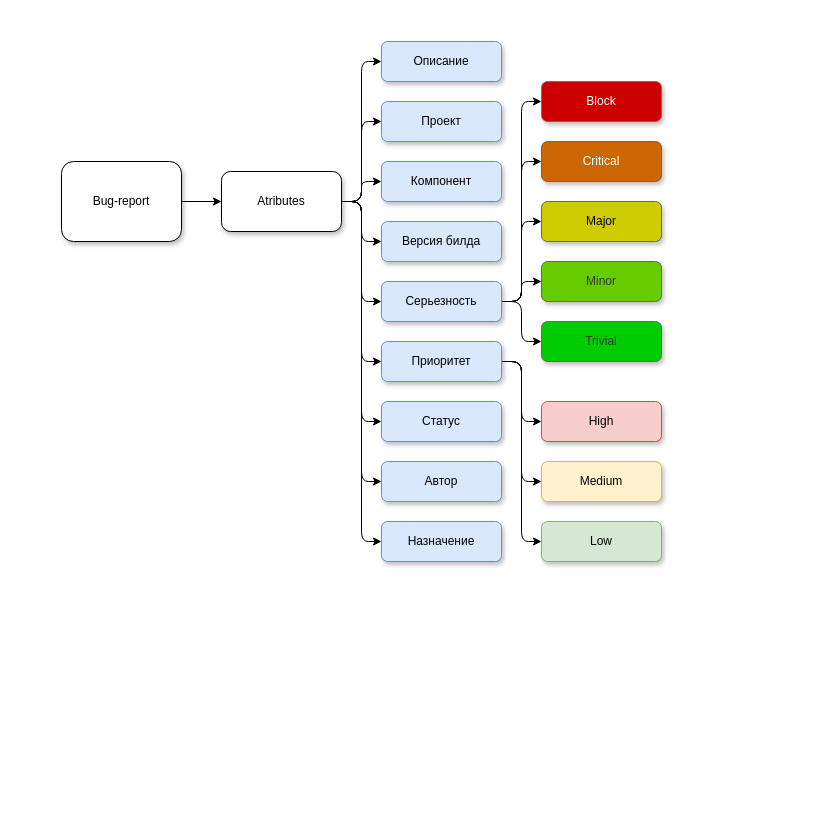
Before: Bug-report.drawio in dimaevan/Diagrams, a draw.io diagram. Source tidied: cells renumbered, new cells numbered last; positions are measured from the earlier drawing's top-left corner, leaving out a move shared by most shapes. Both pictures are drawn from the tidied source at 100%, with x=0, y=0 at pixel (61, 41).
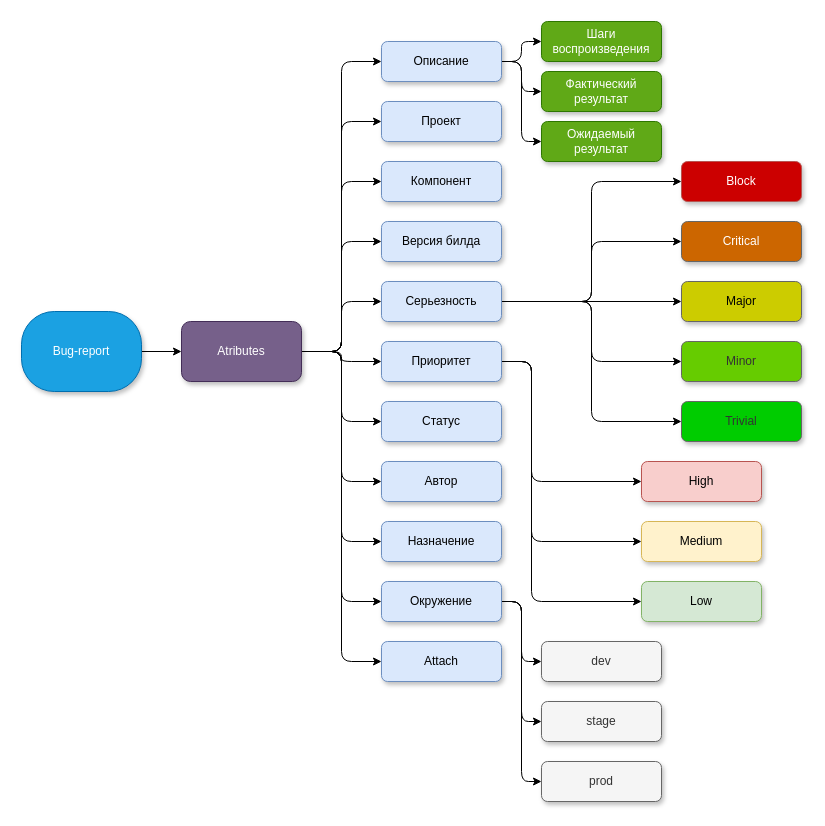
After the change.

The change refers to these unchanged cells:
```xml
<mxCell id="14" value="Описание" style="rounded=1;whiteSpace=wrap;html=1;fillColor=#dae8fc;strokeColor=#6c8ebf;shadow=1;" parent="1" vertex="1">
  <mxGeometry x="320" width="120" height="40" as="geometry" />
</mxCell>
<mxCell id="17" value="Версия билда" style="rounded=1;whiteSpace=wrap;html=1;fillColor=#dae8fc;strokeColor=#6c8ebf;shadow=1;" parent="1" vertex="1">
  <mxGeometry x="320" y="180" width="120" height="40" as="geometry" />
</mxCell>
<mxCell id="27" value="Приоритет" style="rounded=1;whiteSpace=wrap;html=1;fillColor=#dae8fc;strokeColor=#6c8ebf;shadow=1;" parent="1" vertex="1">
  <mxGeometry x="320" y="300" width="120" height="40" as="geometry" />
</mxCell>
```

The edit, as a diff of the source:
```diff
@@
-    <mxCell id="3" value="Bug-report" style="rounded=1;whiteSpace=wrap;html=1;shadow=1;" parent="1" vertex="1">
-      <mxGeometry y="120" width="120" height="80" as="geometry" />
+    <mxCell id="3" value="Bug-report" style="rounded=1;whiteSpace=wrap;html=1;shadow=1;arcSize=41;fillColor=#1ba1e2;fontColor=#ffffff;strokeColor=#006EAF;" parent="1" vertex="1">
+      <mxGeometry x="-40" y="270" width="120" height="80" as="geometry" />
     </mxCell>
     <mxCell id="4" style="edgeStyle=orthogonalEdgeStyle;rounded=1;jettySize=auto;html=1;" parent="1" edge="1" source="13" target="17">
-      <mxGeometry relative="1" as="geometry" />
+      <mxGeometry relative="1" as="geometry">
+        <Array as="points">
+          <mxPoint x="280" y="310" />
+          <mxPoint x="280" y="200" />
+        </Array>
+      </mxGeometry>
     </mxCell>
@@
+    <mxCell id="39" style="edgeStyle=orthogonalEdgeStyle;rounded=1;jettySize=auto;html=1;entryX=0;entryY=0.5;entryDx=0;entryDy=0;" parent="1" edge="1" source="13" target="47">
+      <mxGeometry relative="1" as="geometry" />
+    </mxCell>
+    <mxCell id="40" style="edgeStyle=orthogonalEdgeStyle;rounded=1;jettySize=auto;html=1;entryX=0;entryY=0.5;entryDx=0;entryDy=0;" parent="1" edge="1" source="13" target="54">
+      <mxGeometry relative="1" as="geometry" />
+    </mxCell>
-    <mxCell id="13" value="Atributes" style="rounded=1;whiteSpace=wrap;html=1;shadow=1;" parent="1" vertex="1">
-      <mxGeometry x="160" y="130" width="120" height="60" as="geometry" />
+    <mxCell id="13" value="Atributes" style="rounded=1;whiteSpace=wrap;html=1;shadow=1;fillColor=#76608a;fontColor=#ffffff;strokeColor=#432D57;" parent="1" vertex="1">
+      <mxGeometry x="120" y="280" width="120" height="60" as="geometry" />
     </mxCell>
+    <mxCell id="41" style="edgeStyle=orthogonalEdgeStyle;rounded=1;jettySize=auto;html=1;entryX=0;entryY=0.5;entryDx=0;entryDy=0;" parent="1" edge="1" source="14" target="51">
+      <mxGeometry relative="1" as="geometry" />
+    </mxCell>
+    <mxCell id="42" style="edgeStyle=orthogonalEdgeStyle;rounded=1;jettySize=auto;html=1;entryX=0;entryY=0.5;entryDx=0;entryDy=0;" parent="1" edge="1" source="14" target="52">
+      <mxGeometry relative="1" as="geometry" />
+    </mxCell>
+    <mxCell id="43" style="edgeStyle=orthogonalEdgeStyle;rounded=1;jettySize=auto;html=1;entryX=0;entryY=0.5;entryDx=0;entryDy=0;" parent="1" edge="1" source="14" target="53">
+      <mxGeometry relative="1" as="geometry" />
+    </mxCell>
@@
     <mxCell id="24" style="edgeStyle=orthogonalEdgeStyle;rounded=1;jettySize=auto;html=1;entryX=0;entryY=0.5;entryDx=0;entryDy=0;shadow=0;" parent="1" edge="1" source="27" target="36">
-      <mxGeometry relative="1" as="geometry" />
+      <mxGeometry relative="1" as="geometry">
+        <Array as="points">
+          <mxPoint x="470" y="320" />
+          <mxPoint x="470" y="440" />
+        </Array>
+      </mxGeometry>
     </mxCell>
     <mxCell id="25" style="edgeStyle=orthogonalEdgeStyle;rounded=1;jettySize=auto;html=1;entryX=0;entryY=0.5;entryDx=0;entryDy=0;shadow=0;" parent="1" edge="1" source="27" target="37">
-      <mxGeometry relative="1" as="geometry" />
+      <mxGeometry relative="1" as="geometry">
+        <Array as="points">
+          <mxPoint x="470" y="320" />
+          <mxPoint x="470" y="500" />
+        </Array>
+      </mxGeometry>
     </mxCell>
     <mxCell id="26" style="edgeStyle=orthogonalEdgeStyle;rounded=1;jettySize=auto;html=1;entryX=0;entryY=0.5;entryDx=0;entryDy=0;shadow=0;" parent="1" edge="1" source="27" target="38">
-      <mxGeometry relative="1" as="geometry" />
+      <mxGeometry relative="1" as="geometry">
+        <Array as="points">
+          <mxPoint x="470" y="320" />
+          <mxPoint x="470" y="560" />
+        </Array>
+      </mxGeometry>
     </mxCell>
@@
     <mxCell id="31" value="Block" style="rounded=1;whiteSpace=wrap;html=1;fillColor=#CC0000;strokeColor=#b85450;shadow=1;fontColor=#FFFFFF;" parent="1" vertex="1">
-      <mxGeometry x="480" y="40" width="120" height="40" as="geometry" />
+      <mxGeometry x="620" y="120" width="120" height="40" as="geometry" />
     </mxCell>
     <mxCell id="32" value="Critical" style="rounded=1;whiteSpace=wrap;html=1;fillColor=#CC6600;strokeColor=#666666;fontColor=#FFFFFF;shadow=1;" parent="1" vertex="1">
-      <mxGeometry x="480" y="100" width="120" height="40" as="geometry" />
+      <mxGeometry x="620" y="180" width="120" height="40" as="geometry" />
     </mxCell>
     <mxCell id="33" value="Major" style="rounded=1;whiteSpace=wrap;html=1;fillColor=#CCCC00;strokeColor=#666666;fontColor=#000000;shadow=1;" parent="1" vertex="1">
-      <mxGeometry x="480" y="160" width="120" height="40" as="geometry" />
+      <mxGeometry x="620" y="240" width="120" height="40" as="geometry" />
     </mxCell>
     <mxCell id="34" value="Minor" style="rounded=1;whiteSpace=wrap;html=1;fillColor=#66CC00;strokeColor=#666666;fontColor=#333333;shadow=1;" parent="1" vertex="1">
-      <mxGeometry x="480" y="220" width="120" height="40" as="geometry" />
+      <mxGeometry x="620" y="300" width="120" height="40" as="geometry" />
     </mxCell>
     <mxCell id="35" value="Trivial" style="rounded=1;whiteSpace=wrap;html=1;fillColor=#00CC00;strokeColor=#666666;fontColor=#333333;shadow=1;" parent="1" vertex="1">
-      <mxGeometry x="480" y="280" width="120" height="40" as="geometry" />
+      <mxGeometry x="620" y="360" width="120" height="40" as="geometry" />
     </mxCell>
     <mxCell id="36" value="High" style="rounded=1;whiteSpace=wrap;html=1;fillColor=#f8cecc;strokeColor=#b85450;shadow=1;" parent="1" vertex="1">
-      <mxGeometry x="480" y="360" width="120" height="40" as="geometry" />
+      <mxGeometry x="580" y="420" width="120" height="40" as="geometry" />
     </mxCell>
     <mxCell id="37" value="Medium" style="rounded=1;whiteSpace=wrap;html=1;fillColor=#fff2cc;strokeColor=#d6b656;shadow=1;" parent="1" vertex="1">
-      <mxGeometry x="480" y="420" width="120" height="40" as="geometry" />
+      <mxGeometry x="580" y="480" width="120" height="40" as="geometry" />
     </mxCell>
     <mxCell id="38" value="Low" style="rounded=1;whiteSpace=wrap;html=1;fillColor=#d5e8d4;strokeColor=#82b366;shadow=1;" parent="1" vertex="1">
-      <mxGeometry x="480" y="480" width="120" height="40" as="geometry" />
+      <mxGeometry x="580" y="540" width="120" height="40" as="geometry" />
     </mxCell>
+    <mxCell id="44" style="edgeStyle=orthogonalEdgeStyle;rounded=1;jettySize=auto;html=1;" parent="1" edge="1" source="47" target="48">
+      <mxGeometry relative="1" as="geometry">
+        <Array as="points">
+          <mxPoint x="460" y="560" />
+          <mxPoint x="460" y="620" />
+        </Array>
+      </mxGeometry>
+    </mxCell>
+    <mxCell id="45" style="edgeStyle=orthogonalEdgeStyle;rounded=1;jettySize=auto;html=1;entryX=0;entryY=0.5;entryDx=0;entryDy=0;" parent="1" edge="1" source="47" target="49">
+      <mxGeometry relative="1" as="geometry" />
+    </mxCell>
+    <mxCell id="46" style="edgeStyle=orthogonalEdgeStyle;rounded=1;jettySize=auto;html=1;entryX=0;entryY=0.5;entryDx=0;entryDy=0;" parent="1" edge="1" source="47" target="50">
+      <mxGeometry relative="1" as="geometry" />
+    </mxCell>
+    <mxCell id="47" value="Окружение" style="rounded=1;whiteSpace=wrap;html=1;fillColor=#dae8fc;strokeColor=#6c8ebf;shadow=1;" parent="1" vertex="1">
+      <mxGeometry x="320" y="540" width="120" height="40" as="geometry" />
+    </mxCell>
+    <mxCell id="48" value="dev" style="rounded=1;whiteSpace=wrap;html=1;fillColor=#f5f5f5;strokeColor=#666666;shadow=1;fontColor=#333333;" parent="1" vertex="1">
+      <mxGeometry x="480" y="600" width="120" height="40" as="geometry" />
+    </mxCell>
+    <mxCell id="49" value="stage" style="rounded=1;whiteSpace=wrap;html=1;fillColor=#f5f5f5;strokeColor=#666666;shadow=1;fontColor=#333333;" parent="1" vertex="1">
+      <mxGeometry x="480" y="660" width="120" height="40" as="geometry" />
+    </mxCell>
+    <mxCell id="50" value="prod" style="rounded=1;whiteSpace=wrap;html=1;fillColor=#f5f5f5;strokeColor=#666666;shadow=1;fontColor=#333333;" parent="1" vertex="1">
+      <mxGeometry x="480" y="720" width="120" height="40" as="geometry" />
+    </mxCell>
+    <mxCell id="51" value="Шаги воспроизведения" style="rounded=1;whiteSpace=wrap;html=1;fillColor=#60a917;strokeColor=#2D7600;fontColor=#ffffff;shadow=1;" parent="1" vertex="1">
+      <mxGeometry x="480" y="-20" width="120" height="40" as="geometry" />
+    </mxCell>
+    <mxCell id="52" value="Фактический результат" style="rounded=1;whiteSpace=wrap;html=1;fillColor=#60a917;strokeColor=#2D7600;fontColor=#ffffff;shadow=1;" parent="1" vertex="1">
+      <mxGeometry x="480" y="30" width="120" height="40" as="geometry" />
+    </mxCell>
+    <mxCell id="53" value="Ожидаемый результат" style="rounded=1;whiteSpace=wrap;html=1;fillColor=#60a917;strokeColor=#2D7600;fontColor=#ffffff;shadow=1;" parent="1" vertex="1">
+      <mxGeometry x="480" y="80" width="120" height="40" as="geometry" />
+    </mxCell>
+    <mxCell id="54" value="Attach" style="rounded=1;whiteSpace=wrap;html=1;fillColor=#dae8fc;strokeColor=#6c8ebf;shadow=1;" parent="1" vertex="1">
+      <mxGeometry x="320" y="600" width="120" height="40" as="geometry" />
+    </mxCell>
```
